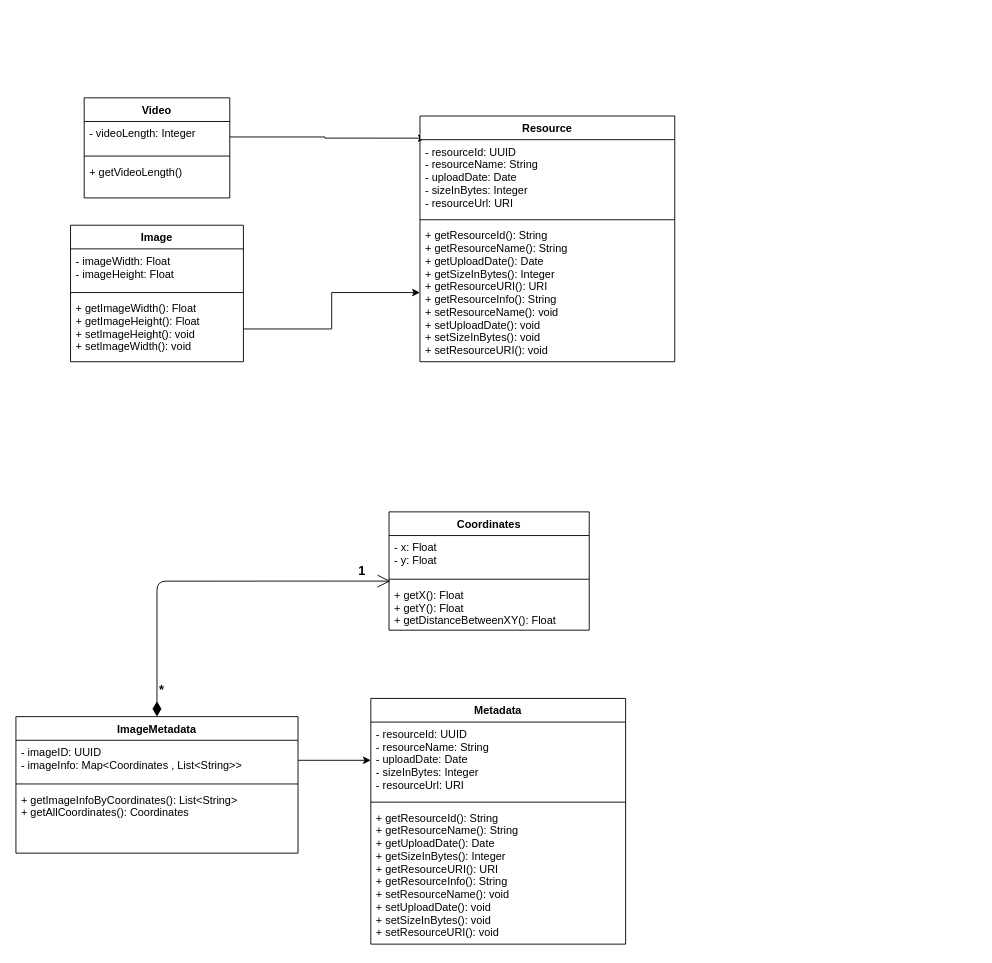
Before: Models/drawing/ClassDiagram.drawio in MrMoon/Vision, a draw.io diagram. Source tidied: cells renumbered, new cells numbered last; positions are measured from the earlier drawing's top-left corner, leaving out a move shared by most shapes. Both pictures are drawn from the tidied source at 91%, with x=0, y=0 at pixel (15, 97).
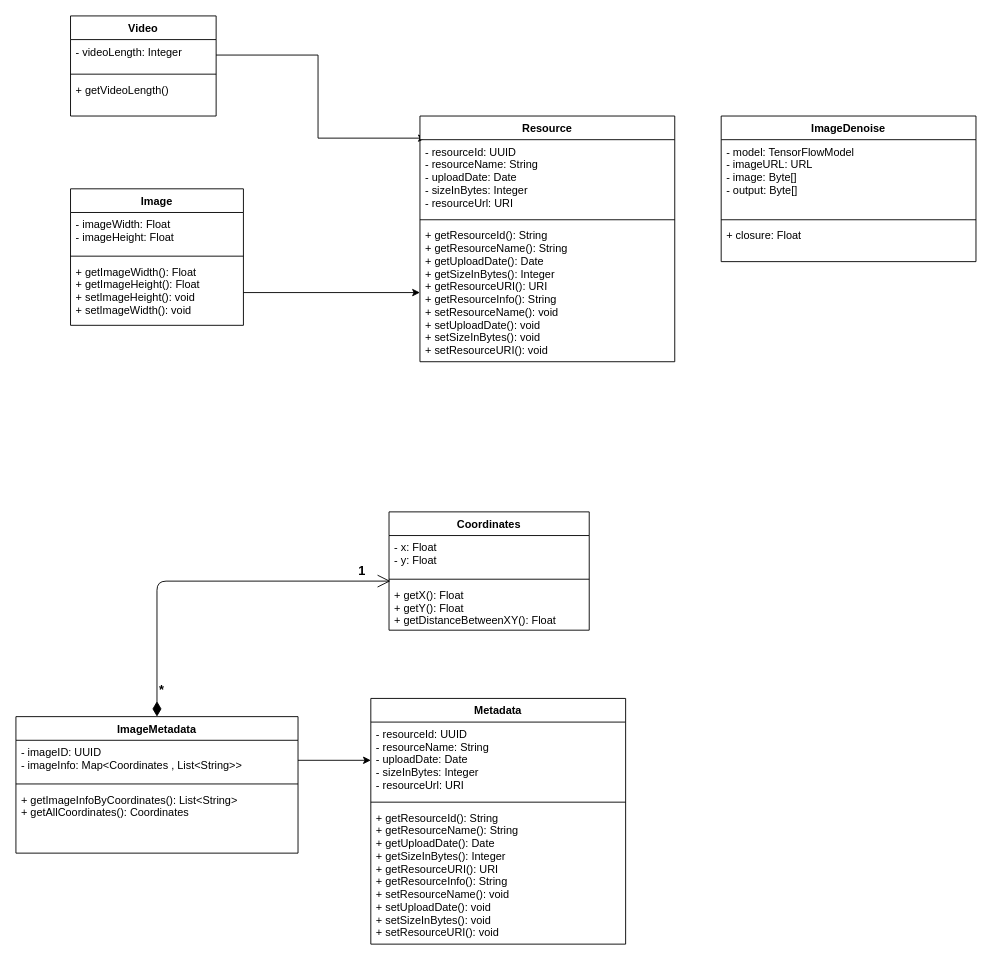
After the change.

The edit, as a diff of the source:
```diff
@@
     <mxCell id="3" value="Image" style="swimlane;fontStyle=1;align=center;verticalAlign=top;horizontal=1;startSize=26;" parent="1" vertex="1">
-      <mxGeometry x="60" y="140" width="190" height="150" as="geometry" />
+      <mxGeometry x="60" y="100" width="190" height="150" as="geometry" />
     </mxCell>
@@
     <mxCell id="8" value="Video" style="swimlane;fontStyle=1;align=center;verticalAlign=top;horizontal=1;startSize=26;" parent="1" vertex="1">
-      <mxGeometry x="75" width="160" height="110" as="geometry" />
+      <mxGeometry x="60" y="-90" width="160" height="110" as="geometry" />
     </mxCell>
@@
+    <mxCell id="32" value="ImageDenoise" style="swimlane;fontStyle=1;align=center;verticalAlign=top;horizontal=1;startSize=26;" parent="1" vertex="1">
+      <mxGeometry x="775" y="20" width="280" height="160" as="geometry" />
+    </mxCell>
+    <mxCell id="33" value="- model: TensorFlowModel&#10;- imageURL: URL&#10;- image: Byte[]&#10;- output: Byte[]" style="text;strokeColor=none;fillColor=none;align=left;verticalAlign=top;spacingLeft=4;spacingRight=4;overflow=hidden;" parent="32" vertex="1">
+      <mxGeometry y="26" width="280" height="84" as="geometry" />
+    </mxCell>
+    <mxCell id="34" style="line;strokeWidth=1;fillColor=none;align=left;verticalAlign=middle;spacingTop=-1;spacingLeft=3;spacingRight=3;labelPosition=right;" parent="32" vertex="1">
+      <mxGeometry y="110" width="280" height="8" as="geometry" />
+    </mxCell>
+    <mxCell id="35" value="+ closure: Float" style="text;strokeColor=none;fillColor=none;align=left;verticalAlign=top;spacingLeft=4;spacingRight=4;overflow=hidden;" parent="32" vertex="1">
+      <mxGeometry y="118" width="280" height="42" as="geometry" />
+    </mxCell>
```
